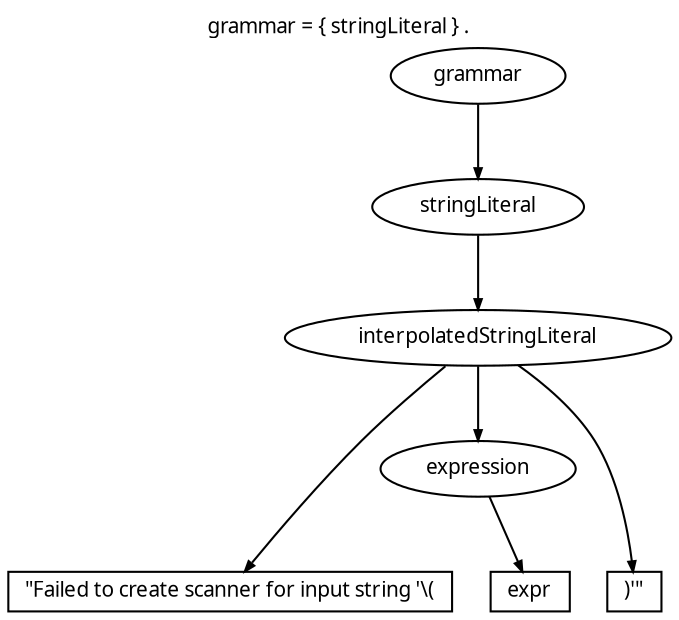
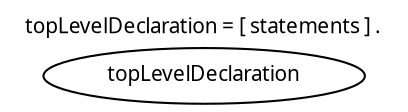
digraph Derivations {
  fontname = Menlo
  fontsize = 10
  node [fontname = Menlo, fontsize = 10]
  edge [arrowsize = 0.5]
  rankdir = TB
  ordering = out
  labelloc = t
-   label = <grammar = { stringLiteral } .>
-   n0 [shape = ellipse, width=0.0, height=0.0, label = <grammar>]
-   n1 [shape = ellipse, width=0.0, height=0.0, label = <stringLiteral>]
-   n2 [shape = ellipse, width=0.0, height=0.0, label = <interpolatedStringLiteral>]
-   n3 [shape = box, width=0.0, height=0.0, label = <"Failed to create scanner for input string '\(>]
-   n2 -> n3
-   n4 [shape = ellipse, width=0.0, height=0.0, label = <expression>]
-   n5 [shape = box, width=0.0, height=0.0, label = <expr>]
-   n4 -> n5
-   n2 -> n4
-   n6 [shape = box, width=0.0, height=0.0, label = <)'">]
-   n2 -> n6
-   n1 -> n2
-   n0 -> n1
-   { rank = same; n3; n5; n6 }
-   n3 -> n5 [style = invis]
-   n5 -> n6 [style = invis]
+   label = <topLevelDeclaration = [ statements ] .>
+   n0 [shape = ellipse, width=0.0, height=0.0, label = <topLevelDeclaration>]
}
